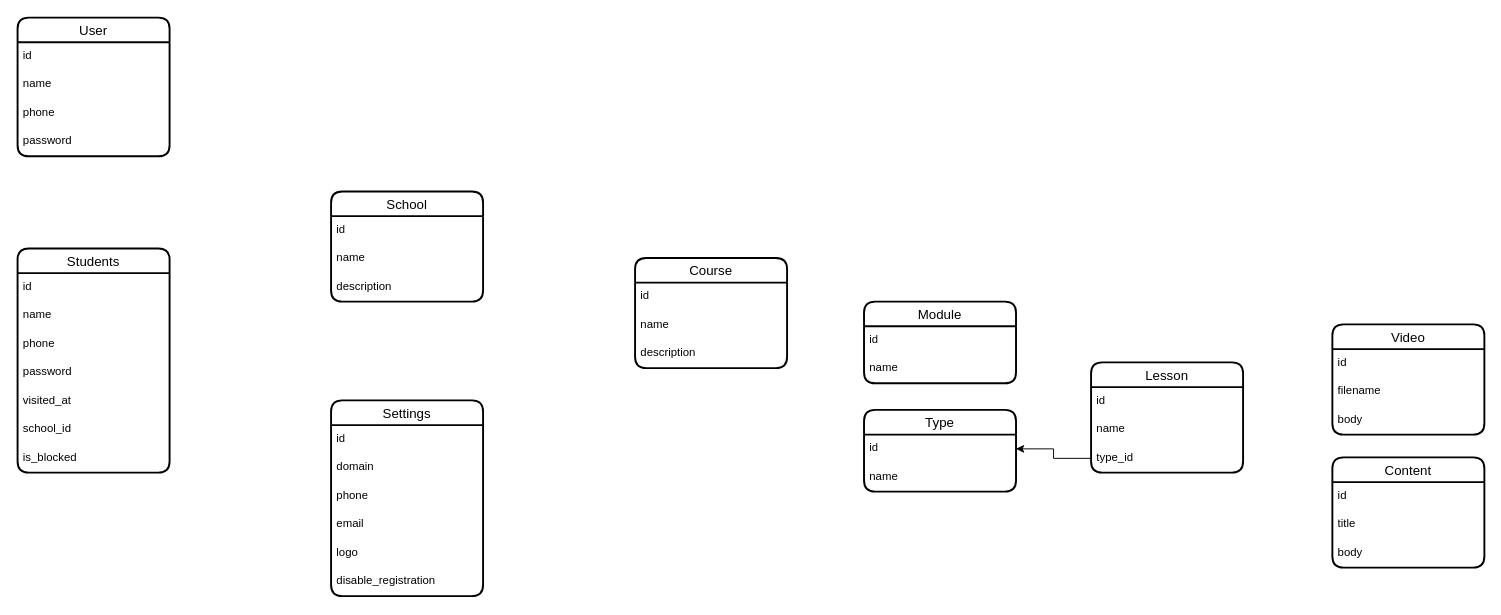
The draw.io diagram Karsoft - LMS.drawio in iztileuoff/databases, before the edit. Source tidied: cells renumbered, new cells numbered last; positions are measured from the earlier drawing's top-left corner, leaving out a move shared by most shapes. Both pictures are drawn from the tidied source at 95%, with x=0, y=0 at pixel (17, 17).
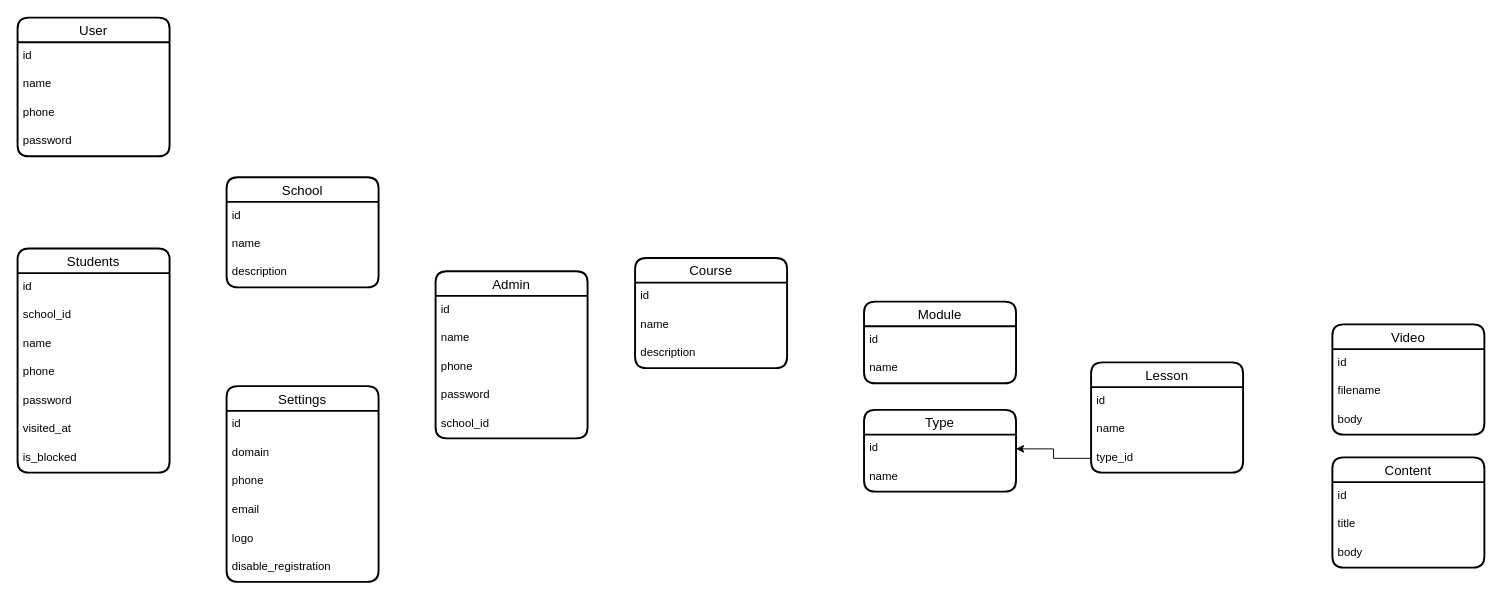
After the change.

Unchanged cells that the change refers to:
```xml
<mxCell id="11" value="Students" style="swimlane;fontStyle=0;horizontal=1;startSize=26;align=center;fontSize=14;strokeWidth=2;rounded=1;shadow=0;glass=0;swimlaneLine=1;" parent="1" vertex="1">
  <mxGeometry y="243" width="160" height="236" as="geometry" />
</mxCell>
```

What changed in the source:
```diff
@@
     <mxCell id="7" value="School" style="swimlane;fontStyle=0;horizontal=1;startSize=26;align=center;fontSize=14;strokeWidth=2;rounded=1;shadow=0;glass=0;swimlaneLine=1;" parent="1" vertex="1">
-      <mxGeometry x="330" y="183" width="160" height="116" as="geometry" />
+      <mxGeometry x="220" y="168" width="160" height="116" as="geometry" />
     </mxCell>
@@
+    <mxCell id="17" value="school_id" style="text;strokeColor=none;fillColor=none;spacingLeft=4;spacingRight=4;overflow=hidden;fontSize=12;whiteSpace=wrap;html=1;" parent="11" vertex="1">
+      <mxGeometry y="56" width="160" height="30" as="geometry" />
+    </mxCell>
     <mxCell id="13" value="name" style="text;strokeColor=none;fillColor=none;spacingLeft=4;spacingRight=4;overflow=hidden;fontSize=12;whiteSpace=wrap;html=1;" parent="11" vertex="1">
-      <mxGeometry y="56" width="160" height="30" as="geometry" />
+      <mxGeometry y="86" width="160" height="30" as="geometry" />
     </mxCell>
     <mxCell id="14" value="phone" style="text;strokeColor=none;fillColor=none;spacingLeft=4;spacingRight=4;overflow=hidden;fontSize=12;whiteSpace=wrap;html=1;" parent="11" vertex="1">
-      <mxGeometry y="86" width="160" height="30" as="geometry" />
+      <mxGeometry y="116" width="160" height="30" as="geometry" />
     </mxCell>
     <mxCell id="15" value="password" style="text;strokeColor=none;fillColor=none;spacingLeft=4;spacingRight=4;overflow=hidden;fontSize=12;whiteSpace=wrap;html=1;" parent="11" vertex="1">
-      <mxGeometry y="116" width="160" height="30" as="geometry" />
+      <mxGeometry y="146" width="160" height="30" as="geometry" />
     </mxCell>
     <mxCell id="16" value="visited_at" style="text;strokeColor=none;fillColor=none;spacingLeft=4;spacingRight=4;overflow=hidden;fontSize=12;whiteSpace=wrap;html=1;" parent="11" vertex="1">
-      <mxGeometry y="146" width="160" height="30" as="geometry" />
+      <mxGeometry y="176" width="160" height="30" as="geometry" />
     </mxCell>
-    <mxCell id="17" value="school_id" style="text;strokeColor=none;fillColor=none;spacingLeft=4;spacingRight=4;overflow=hidden;fontSize=12;whiteSpace=wrap;html=1;" parent="11" vertex="1">
-      <mxGeometry y="176" width="160" height="30" as="geometry" />
-    </mxCell>
@@
     <mxCell id="19" value="Settings" style="swimlane;fontStyle=0;horizontal=1;startSize=26;align=center;fontSize=14;strokeWidth=2;rounded=1;shadow=0;glass=0;swimlaneLine=1;" parent="1" vertex="1">
-      <mxGeometry x="330" y="403" width="160" height="206" as="geometry" />
+      <mxGeometry x="220" y="388" width="160" height="206" as="geometry" />
     </mxCell>
@@
+    <mxCell id="49" value="Admin" style="swimlane;fontStyle=0;horizontal=1;startSize=26;align=center;fontSize=14;strokeWidth=2;rounded=1;shadow=0;glass=0;swimlaneLine=1;" parent="1" vertex="1">
+      <mxGeometry x="440" y="267" width="160" height="176" as="geometry" />
+    </mxCell>
+    <mxCell id="50" value="id" style="text;strokeColor=none;fillColor=none;spacingLeft=4;spacingRight=4;overflow=hidden;fontSize=12;whiteSpace=wrap;html=1;" parent="49" vertex="1">
+      <mxGeometry y="26" width="160" height="30" as="geometry" />
+    </mxCell>
+    <mxCell id="51" value="name" style="text;strokeColor=none;fillColor=none;spacingLeft=4;spacingRight=4;overflow=hidden;fontSize=12;whiteSpace=wrap;html=1;" parent="49" vertex="1">
+      <mxGeometry y="56" width="160" height="30" as="geometry" />
+    </mxCell>
+    <mxCell id="52" value="phone" style="text;strokeColor=none;fillColor=none;spacingLeft=4;spacingRight=4;overflow=hidden;fontSize=12;whiteSpace=wrap;html=1;" parent="49" vertex="1">
+      <mxGeometry y="86" width="160" height="30" as="geometry" />
+    </mxCell>
+    <mxCell id="53" value="password" style="text;strokeColor=none;fillColor=none;spacingLeft=4;spacingRight=4;overflow=hidden;fontSize=12;whiteSpace=wrap;html=1;" parent="49" vertex="1">
+      <mxGeometry y="116" width="160" height="30" as="geometry" />
+    </mxCell>
+    <mxCell id="54" value="school_id" style="text;strokeColor=none;fillColor=none;spacingLeft=4;spacingRight=4;overflow=hidden;fontSize=12;whiteSpace=wrap;html=1;" parent="49" vertex="1">
+      <mxGeometry y="146" width="160" height="30" as="geometry" />
+    </mxCell>
```
